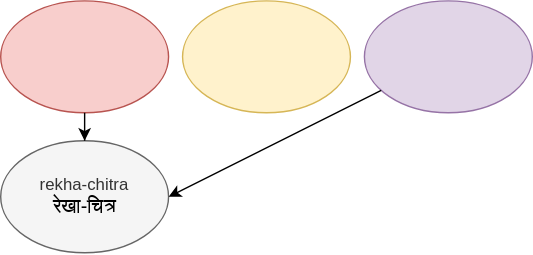
princerachit/rekha-chitra keeps this draw.io diagram as docs/design/rekha-chitra-logo.svg. Above is the earlier version. Source tidied: cells renumbered, new cells last; positions are measured from the earlier drawing's top-left corner, leaving out a move shared by most shapes.
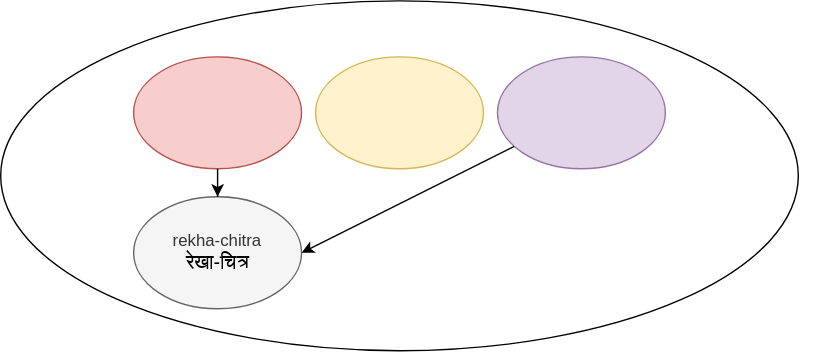
The same diagram one commit later.

Change to the diagram source:
```diff
@@ -3,25 +3,31 @@
     <mxCell id="0" />
     <mxCell id="1" parent="0" />
     <mxCell id="2" style="group;" parent="1" vertex="1">
-      <mxGeometry width="380" height="180" as="geometry" />
+      <mxGeometry width="585" height="250" as="geometry" />
     </mxCell>
-    <mxCell id="3" style="ellipse;whiteSpace=wrap;html=1;fillColor=#f8cecc;strokeColor=#b85450;" parent="2" vertex="1">
-      <mxGeometry width="120" height="80" as="geometry" />
+    <mxCell id="3" style="ellipse;whiteSpace=wrap;html=1;" parent="2" vertex="1">
+      <mxGeometry width="570" height="250" as="geometry" />
     </mxCell>
-    <mxCell id="4" style="ellipse;whiteSpace=wrap;html=1;fillColor=#fff2cc;strokeColor=#d6b656;" parent="2" vertex="1">
-      <mxGeometry x="130" width="120" height="80" as="geometry" />
+    <mxCell id="4" style="group;" parent="2" vertex="1">
+      <mxGeometry x="95" y="40" width="490" height="210" as="geometry" />
     </mxCell>
-    <mxCell id="5" style="ellipse;whiteSpace=wrap;html=1;fillColor=#e1d5e7;strokeColor=#9673a6;" parent="2" vertex="1">
-      <mxGeometry x="260" width="120" height="80" as="geometry" />
+    <mxCell id="5" style="ellipse;whiteSpace=wrap;html=1;fillColor=#f8cecc;strokeColor=#b85450;" parent="4" vertex="1">
+      <mxGeometry width="120" height="80" as="geometry" />
     </mxCell>
-    <mxCell id="6" value="rekha-chitra&lt;br style=&quot;border-color: var(--border-color); color: rgb(0, 0, 0); font-size: 14px;&quot;&gt;&lt;span style=&quot;color: rgb(0, 0, 0); font-size: 14px;&quot;&gt;रेखा-चित्र&lt;/span&gt;" style="ellipse;whiteSpace=wrap;html=1;fillColor=#f5f5f5;fontColor=#333333;strokeColor=#666666;" parent="2" vertex="1">
-      <mxGeometry y="100" width="120" height="80" as="geometry" />
+    <mxCell id="6" style="ellipse;whiteSpace=wrap;html=1;fillColor=#fff2cc;strokeColor=#d6b656;" parent="4" vertex="1">
+      <mxGeometry x="130" width="120" height="80" as="geometry" />
     </mxCell>
-    <mxCell id="7" style="edgeStyle=orthogonalEdgeStyle;rounded=0;jettySize=auto;html=1;entryX=0.5;entryY=0;entryDx=0;entryDy=0;" parent="2" edge="1" source="3" target="6">
-      <mxGeometry relative="1" as="geometry" />
+    <mxCell id="7" style="ellipse;whiteSpace=wrap;html=1;fillColor=#e1d5e7;strokeColor=#9673a6;" parent="4" vertex="1">
+      <mxGeometry x="260" width="120" height="80" as="geometry" />
     </mxCell>
-    <mxCell id="8" style="rounded=0;jettySize=auto;html=1;entryX=1;entryY=0.5;entryDx=0;entryDy=0;" parent="2" edge="1" source="5" target="6">
-      <mxGeometry relative="1" as="geometry" />
+    <mxCell id="8" value="rekha-chitra&lt;br style=&quot;border-color: var(--border-color); color: rgb(0, 0, 0); font-size: 14px;&quot;&gt;&lt;span style=&quot;color: rgb(0, 0, 0); font-size: 14px;&quot;&gt;रेखा-चित्र&lt;/span&gt;" style="ellipse;whiteSpace=wrap;html=1;fillColor=#f5f5f5;fontColor=#333333;strokeColor=#666666;" parent="4" vertex="1">
+      <mxGeometry y="100" width="120" height="80" as="geometry" />
     </mxCell>
+    <mxCell id="9" style="edgeStyle=orthogonalEdgeStyle;rounded=0;jettySize=auto;html=1;entryX=0.5;entryY=0;entryDx=0;entryDy=0;" parent="4" edge="1" source="5" target="8">
+      <mxGeometry relative="1" as="geometry" />
+    </mxCell>
+    <mxCell id="10" style="rounded=0;jettySize=auto;html=1;entryX=1;entryY=0.5;entryDx=0;entryDy=0;" parent="4" edge="1" source="7" target="8">
+      <mxGeometry relative="1" as="geometry" />
+    </mxCell>
   </root>
 </mxGraphModel>
```
